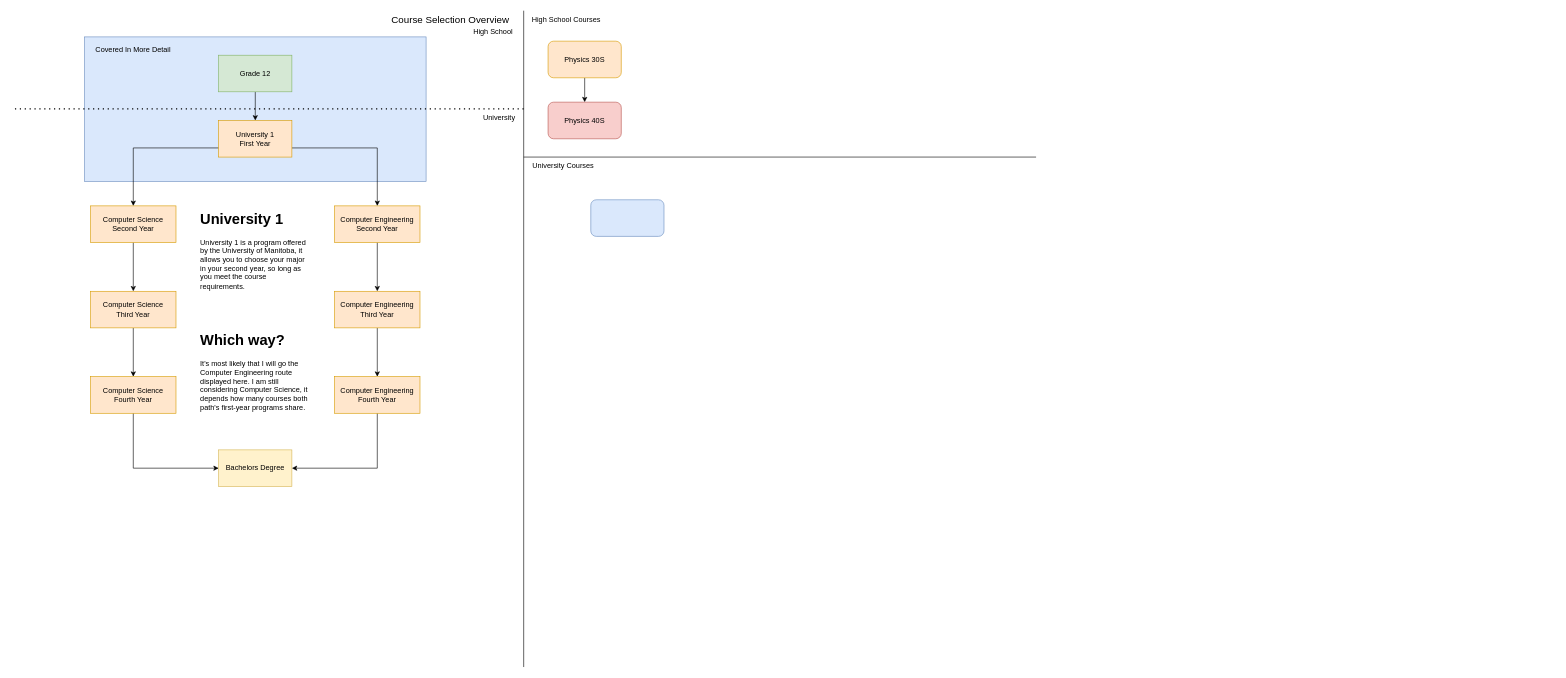
The draw.io diagram University Prereqs.drawio in NotNotQuinn/diagrams, before the edit. Source tidied: cells renumbered, new cells numbered last; positions are measured from the earlier drawing's top-left corner, leaving out a move shared by most shapes. Both pictures are drawn from the tidied source at 61%, with x=0, y=0 at pixel (11, 10).
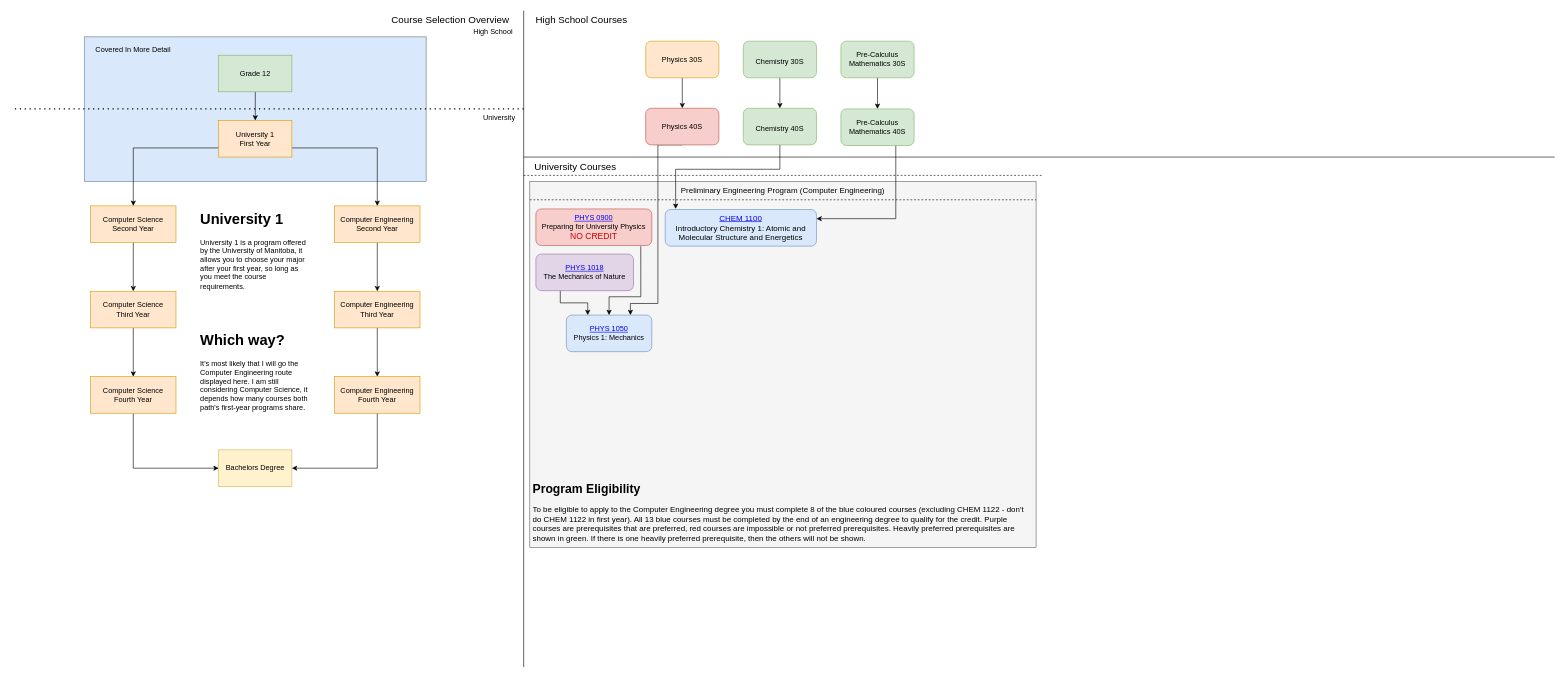
The same diagram, later.

The edit, as a diff of the source:
```diff
@@
+    <mxCell id="37" style="rounded=0;whiteSpace=wrap;html=1;fontSize=12;fillColor=#f5f5f5;strokeColor=#666666;fontColor=#333333;" parent="1" vertex="1">
+      <mxGeometry x="850" y="280" width="830" height="600" as="geometry" />
+    </mxCell>
-    <mxCell id="2" style="group;" parent="1" vertex="1">
+    <mxCell id="2" style="group;fillColor=#fff2cc;strokeColor=#d6b656;" parent="1" vertex="1">
       <mxGeometry x="120" y="43" width="560" height="237" as="geometry" />
     </mxCell>
@@
     <mxCell id="6" value="Physics 30S" style="rounded=1;whiteSpace=wrap;html=1;fillColor=#ffe6cc;strokeColor=#d79b00;" parent="1" vertex="1">
-      <mxGeometry x="880" y="50" width="120" height="60" as="geometry" />
+      <mxGeometry x="1040" y="50" width="120" height="60" as="geometry" />
     </mxCell>
+    <mxCell id="38" style="edgeStyle=orthogonalEdgeStyle;rounded=0;jettySize=auto;html=1;exitX=0.5;exitY=1;exitDx=0;exitDy=0;fontSize=12;entryX=0.75;entryY=0;entryDx=0;entryDy=0;" parent="1" edge="1" source="7" target="40">
+      <mxGeometry relative="1" as="geometry">
+        <Array as="points">
+          <mxPoint x="1060" y="220" />
+          <mxPoint x="1060" y="480" />
+          <mxPoint x="1015" y="480" />
+        </Array>
+      </mxGeometry>
+    </mxCell>
     <mxCell id="7" value="Physics 40S" style="rounded=1;whiteSpace=wrap;html=1;fillColor=#f8cecc;strokeColor=#b85450;" parent="1" vertex="1">
-      <mxGeometry x="880" y="150" width="120" height="60" as="geometry" />
+      <mxGeometry x="1040" y="160" width="120" height="60" as="geometry" />
     </mxCell>
-    <mxCell id="8" style="rounded=1;whiteSpace=wrap;html=1;fillColor=#dae8fc;strokeColor=#6c8ebf;" parent="1" vertex="1">
-      <mxGeometry x="950" y="310" width="120" height="60" as="geometry" />
-    </mxCell>
-    <mxCell id="9" value="High School Courses" style="text;html=1;strokeColor=none;fillColor=none;align=center;verticalAlign=middle;whiteSpace=wrap;rounded=0;" parent="1" vertex="1">
-      <mxGeometry x="840" width="140" height="30" as="geometry" />
+    <mxCell id="9" value="&lt;font style=&quot;font-size: 16px;&quot;&gt;High School Courses&lt;/font&gt;" style="text;html=1;strokeColor=none;fillColor=none;align=center;verticalAlign=middle;whiteSpace=wrap;rounded=0;" parent="1" vertex="1">
+      <mxGeometry x="840" width="190" height="30" as="geometry" />
     </mxCell>
-    <mxCell id="10" value="University Courses" style="text;html=1;strokeColor=none;fillColor=none;align=center;verticalAlign=middle;whiteSpace=wrap;rounded=0;" parent="1" vertex="1">
-      <mxGeometry x="840" y="240" width="130" height="30" as="geometry" />
+    <mxCell id="10" value="&lt;font style=&quot;font-size: 16px;&quot;&gt;University Courses&lt;/font&gt;" style="text;html=1;strokeColor=none;fillColor=none;align=center;verticalAlign=middle;whiteSpace=wrap;rounded=0;" parent="1" vertex="1">
+      <mxGeometry x="840" y="240" width="170" height="30" as="geometry" />
     </mxCell>
     <mxCell id="11" style="endArrow=none;html=1;rounded=0;" parent="1" edge="1">
       <mxGeometry relative="1" as="geometry">
         <mxPoint x="840" y="240" as="sourcePoint" />
-        <mxPoint x="1680" y="240" as="targetPoint" />
+        <mxPoint x="2530" y="240" as="targetPoint" />
       </mxGeometry>
     </mxCell>
@@
-    <mxCell id="31" value="&lt;h1&gt;University 1&lt;br&gt;&lt;/h1&gt;&lt;p&gt;University 1 is a program offered by the University of Manitoba, it allows you to choose your major in your second year, so long as you meet the course requirements.&lt;br&gt;&lt;/p&gt;" style="text;html=1;strokeColor=none;fillColor=none;spacing=5;spacingTop=-20;whiteSpace=wrap;overflow=hidden;rounded=0;fontSize=12;align=left;horizontal=1;verticalAlign=middle;" parent="1" vertex="1">
+    <mxCell id="31" value="&lt;h1&gt;University 1&lt;br&gt;&lt;/h1&gt;&lt;p&gt;University 1 is a program offered by the University of Manitoba, it allows you to choose your major after your first year, so long as you meet the course requirements.&lt;br&gt;&lt;/p&gt;" style="text;html=1;strokeColor=none;fillColor=none;spacing=5;spacingTop=-20;whiteSpace=wrap;overflow=hidden;rounded=0;fontSize=12;align=left;horizontal=1;verticalAlign=middle;" parent="1" vertex="1">
       <mxGeometry x="305" y="326" width="190" height="150" as="geometry" />
     </mxCell>
@@
+    <mxCell id="39" style="endArrow=none;dashed=1;html=1;rounded=0;fontSize=16;" parent="1" edge="1">
+      <mxGeometry relative="1" as="geometry">
+        <mxPoint x="840" y="270" as="sourcePoint" />
+        <mxPoint x="1690" y="270" as="targetPoint" />
+      </mxGeometry>
+    </mxCell>
+    <mxCell id="40" value="&lt;div&gt;&lt;a href=&quot;https://catalog.umanitoba.ca/search/?P=PHYS%201050&quot;&gt;PHYS 1050&lt;/a&gt;&lt;/div&gt;&lt;div&gt;Physics 1: Mechanics&lt;br&gt;&lt;/div&gt;" style="rounded=1;whiteSpace=wrap;html=1;fillColor=#dae8fc;strokeColor=#6c8ebf;fontSize=12;" parent="1" vertex="1">
+      <mxGeometry x="910" y="499" width="140" height="60" as="geometry" />
+    </mxCell>
+    <mxCell id="41" style="edgeStyle=orthogonalEdgeStyle;rounded=0;jettySize=auto;html=1;exitX=0.25;exitY=1;exitDx=0;exitDy=0;entryX=0.25;entryY=0;entryDx=0;entryDy=0;fontSize=12;" parent="1" edge="1" source="42" target="40">
+      <mxGeometry relative="1" as="geometry" />
+    </mxCell>
+    <mxCell id="42" value="&lt;div&gt;&lt;a href=&quot;https://catalog.umanitoba.ca/search/?P=PHYS%201018&quot;&gt;PHYS 1018&lt;/a&gt;&lt;/div&gt;&lt;div&gt;The Mechanics of Nature&lt;/div&gt;" style="rounded=1;whiteSpace=wrap;html=1;fillColor=#e1d5e7;strokeColor=#9673a6;fontSize=12;" parent="1" vertex="1">
+      <mxGeometry x="860" y="399" width="160" height="60" as="geometry" />
+    </mxCell>
+    <mxCell id="43" style="edgeStyle=orthogonalEdgeStyle;rounded=0;jettySize=auto;html=1;exitX=0.905;exitY=1.017;exitDx=0;exitDy=0;entryX=0.5;entryY=0;entryDx=0;entryDy=0;fontSize=12;exitPerimeter=0;" parent="1" edge="1" source="44" target="40">
+      <mxGeometry relative="1" as="geometry">
+        <Array as="points">
+          <mxPoint x="1032" y="469" />
+          <mxPoint x="980" y="469" />
+        </Array>
+      </mxGeometry>
+    </mxCell>
+    <mxCell id="44" value="&lt;div&gt;&lt;a href=&quot;https://catalog.umanitoba.ca/search/?P=PHYS%200900&quot;&gt;PHYS 0900&lt;/a&gt;&lt;br&gt;&lt;/div&gt;&lt;div&gt;Preparing for University Physics&lt;/div&gt;&lt;div style=&quot;font-size: 14px;&quot;&gt;&lt;font color=&quot;#CC0000&quot;&gt;NO CREDIT&lt;/font&gt;&lt;br&gt;&lt;/div&gt;" style="rounded=1;whiteSpace=wrap;html=1;fillColor=#f8cecc;strokeColor=#b85450;fontSize=12;" parent="1" vertex="1">
+      <mxGeometry x="860" y="325" width="190" height="60" as="geometry" />
+    </mxCell>
+    <mxCell id="45" value="&lt;div&gt;Preliminary Engineering Program (Computer Engineering)&lt;/div&gt;" style="text;html=1;strokeColor=none;fillColor=none;align=center;verticalAlign=middle;whiteSpace=wrap;rounded=0;fontSize=13;fontColor=#000000;" parent="1" vertex="1">
+      <mxGeometry x="850" y="280" width="830" height="30" as="geometry" />
+    </mxCell>
+    <mxCell id="46" style="endArrow=none;dashed=1;html=1;rounded=0;fontSize=13;fontColor=#000000;exitX=0;exitY=1;exitDx=0;exitDy=0;entryX=1;entryY=1;entryDx=0;entryDy=0;" parent="1" edge="1" source="45" target="45">
+      <mxGeometry relative="1" as="geometry" />
+    </mxCell>
+    <mxCell id="47" value="&lt;div&gt;&lt;a href=&quot;https://catalog.umanitoba.ca/search/?P=CHEM%201100&quot;&gt;CHEM 1100&lt;/a&gt;&lt;/div&gt;&lt;div&gt;Introductory Chemistry 1: Atomic and Molecular Structure and Energetics&lt;/div&gt;" style="rounded=1;whiteSpace=wrap;html=1;fillColor=#dae8fc;strokeColor=#6c8ebf;fontSize=13;fontColor=#000000;" parent="1" vertex="1">
+      <mxGeometry x="1072" y="326" width="248" height="60" as="geometry" />
+    </mxCell>
+    <mxCell id="48" value="&lt;h1 style=&quot;font-size: 20px;&quot;&gt;Program Eligibility&lt;br&gt;&lt;/h1&gt;&lt;p&gt;To be eligible to apply to the Computer Engineering degree you must complete 8 of the blue coloured courses (excluding CHEM 1122 - don't do CHEM 1122 in first year). All 13 blue courses must be completed by the end of an engineering degree to qualify for the credit. Purple courses are prerequisites that are preferred, red courses are impossible or not preferred prerequisites. Heavily preferred prerequisites are shown in green. If there is one heavily preferred prerequisite, then the others will not be shown.&lt;br&gt;&lt;/p&gt;" style="text;html=1;strokeColor=none;fillColor=none;spacing=5;spacingTop=-20;whiteSpace=wrap;overflow=hidden;rounded=0;fontSize=13;fontColor=#000000;" parent="1" vertex="1">
+      <mxGeometry x="850" y="770" width="830" height="110" as="geometry" />
+    </mxCell>
+    <mxCell id="49" style="edgeStyle=orthogonalEdgeStyle;rounded=0;jettySize=auto;html=1;exitX=0.5;exitY=1;exitDx=0;exitDy=0;fontSize=12;fontColor=#000000;entryX=0.069;entryY=-0.017;entryDx=0;entryDy=0;entryPerimeter=0;" parent="1" edge="1" source="50" target="47">
+      <mxGeometry relative="1" as="geometry">
+        <Array as="points">
+          <mxPoint x="1260" y="260" />
+          <mxPoint x="1089" y="260" />
+        </Array>
+      </mxGeometry>
+    </mxCell>
+    <mxCell id="50" value="&lt;font style=&quot;font-size: 12px;&quot;&gt;Chemistry 40S&lt;br&gt;&lt;/font&gt;" style="rounded=1;whiteSpace=wrap;html=1;fillColor=#d5e8d4;strokeColor=#82b366;fontSize=20;" parent="1" vertex="1">
+      <mxGeometry x="1200" y="160" width="120" height="60" as="geometry" />
+    </mxCell>
+    <mxCell id="51" style="edgeStyle=orthogonalEdgeStyle;rounded=0;jettySize=auto;html=1;exitX=0.5;exitY=1;exitDx=0;exitDy=0;fontSize=12;fontColor=#000000;" parent="1" edge="1" source="52" target="50">
+      <mxGeometry relative="1" as="geometry" />
+    </mxCell>
+    <mxCell id="52" value="&lt;font style=&quot;font-size: 12px;&quot;&gt;Chemistry 30S&lt;br&gt;&lt;/font&gt;" style="rounded=1;whiteSpace=wrap;html=1;fillColor=#d5e8d4;strokeColor=#82b366;fontSize=20;" parent="1" vertex="1">
+      <mxGeometry x="1200" y="50" width="120" height="60" as="geometry" />
+    </mxCell>
+    <mxCell id="53" style="edgeStyle=orthogonalEdgeStyle;rounded=0;jettySize=auto;html=1;exitX=0.75;exitY=1;exitDx=0;exitDy=0;entryX=1;entryY=0.25;entryDx=0;entryDy=0;fontSize=12;fontColor=#000000;" parent="1" edge="1" source="54" target="47">
+      <mxGeometry relative="1" as="geometry" />
+    </mxCell>
+    <mxCell id="54" value="Pre-Calculus Mathematics 40S" style="rounded=1;whiteSpace=wrap;html=1;fillColor=#d5e8d4;strokeColor=#82b366;fontSize=12;" parent="1" vertex="1">
+      <mxGeometry x="1360" y="161" width="120" height="60" as="geometry" />
+    </mxCell>
+    <mxCell id="55" style="edgeStyle=orthogonalEdgeStyle;rounded=0;jettySize=auto;html=1;exitX=0.5;exitY=1;exitDx=0;exitDy=0;entryX=0.5;entryY=0;entryDx=0;entryDy=0;fontSize=12;fontColor=#000000;" parent="1" edge="1" source="56" target="54">
+      <mxGeometry relative="1" as="geometry" />
+    </mxCell>
+    <mxCell id="56" value="Pre-Calculus Mathematics 30S" style="rounded=1;whiteSpace=wrap;html=1;fillColor=#d5e8d4;strokeColor=#82b366;fontSize=12;" parent="1" vertex="1">
+      <mxGeometry x="1360" y="50" width="120" height="60" as="geometry" />
+    </mxCell>
```
